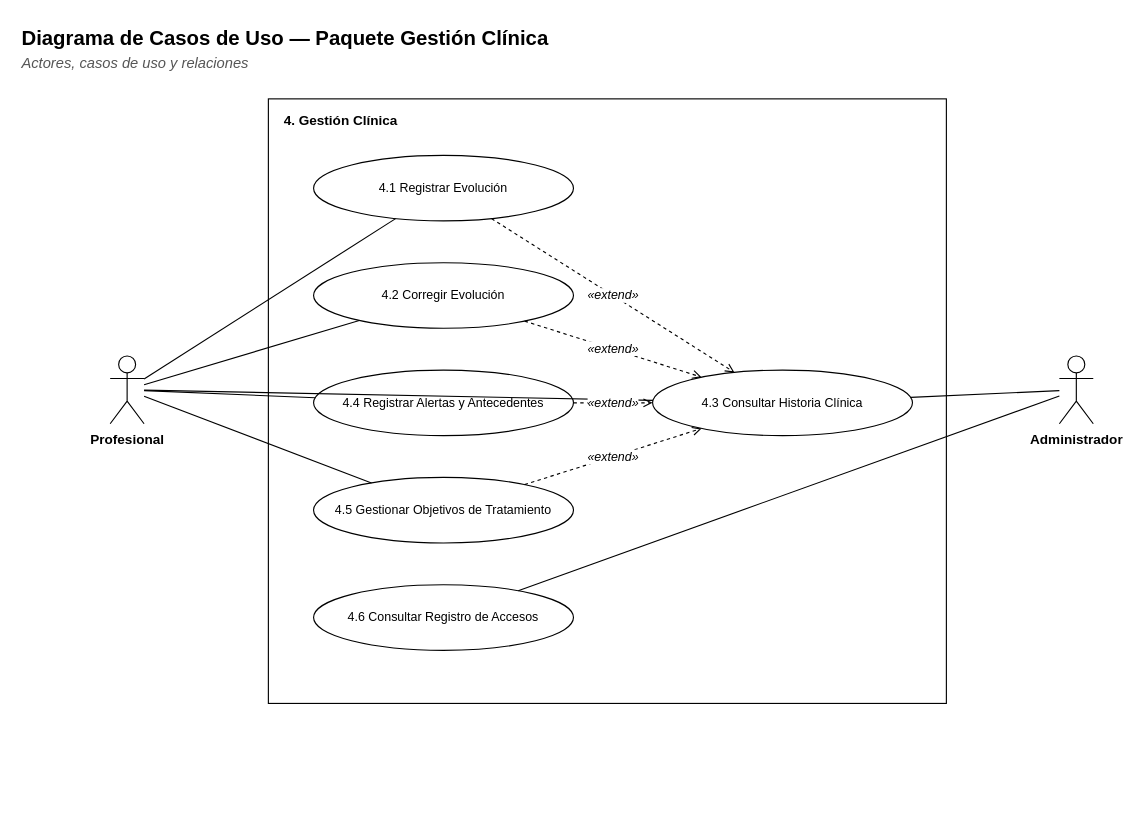
Before: docs/diagramas/paquete-clinica-casos.drawio in Matiglorioso/kineturnos, a draw.io diagram. Source tidied: cells renumbered, new cells numbered last; positions are measured from the earlier drawing's top-left corner, leaving out a move shared by most shapes. Both pictures are drawn from the tidied source at 113%, with x=0, y=0 at pixel (19, 19).
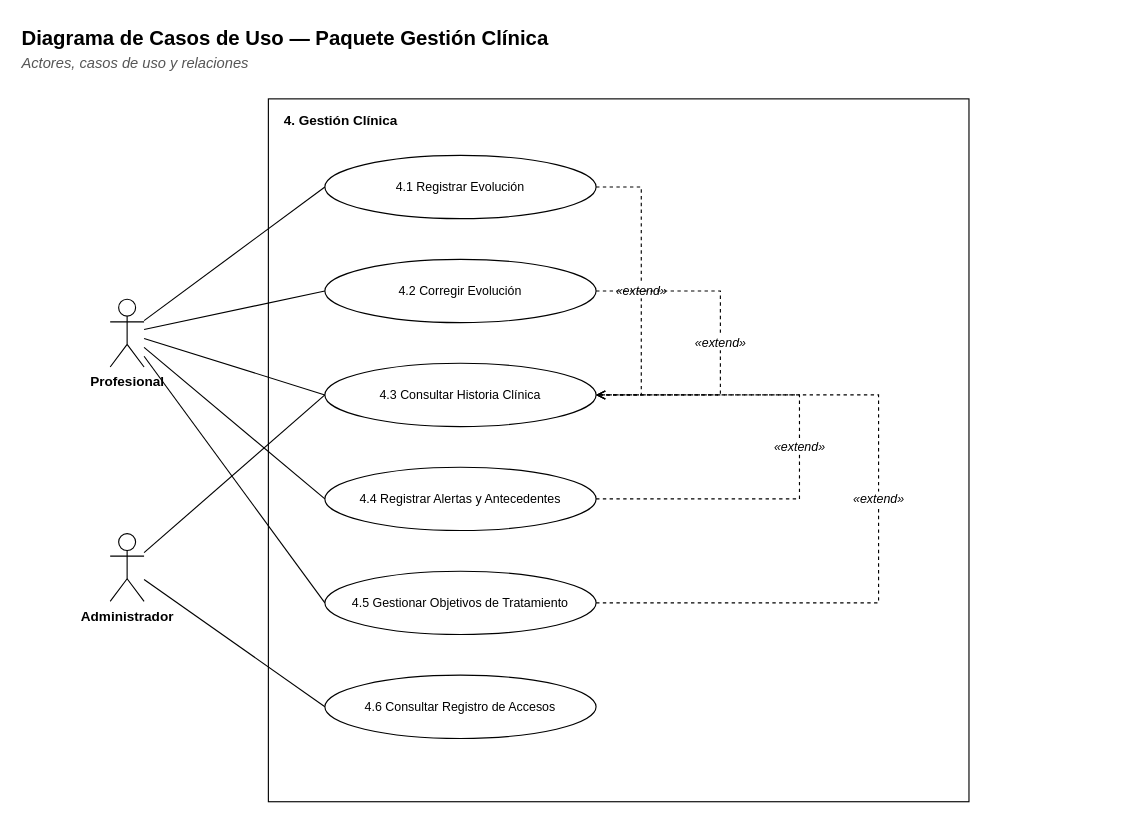
Above is the later version.

Diff of the diagram source:
```diff
@@
     <mxCell id="4" style="rounded=0;whiteSpace=wrap;html=1;fillColor=#FFFFFF;strokeColor=#000000;fontFamily=Helvetica;fontSize=12;verticalAlign=top;" parent="1" vertex="1">
-      <mxGeometry x="220" y="70" width="600" height="535" as="geometry" />
+      <mxGeometry x="220" y="70" width="620" height="622" as="geometry" />
     </mxCell>
     <mxCell id="5" value="&lt;b&gt;4. Gestión Clínica&lt;/b&gt;" style="text;html=1;strokeColor=none;fillColor=none;align=left;verticalAlign=top;whiteSpace=wrap;fontFamily=Helvetica;fontSize=12;" parent="1" vertex="1">
-      <mxGeometry x="232" y="76" width="580" height="20" as="geometry" />
+      <mxGeometry x="232" y="76" width="600" height="20" as="geometry" />
     </mxCell>
     <mxCell id="6" value="4.1 Registrar Evolución" style="ellipse;whiteSpace=wrap;html=1;fillColor=#FFFFFF;strokeColor=#000000;fontFamily=Helvetica;fontSize=11;" parent="1" vertex="1">
-      <mxGeometry x="260" y="120" width="230" height="58" as="geometry" />
+      <mxGeometry x="270" y="120" width="240" height="56" as="geometry" />
     </mxCell>
     <mxCell id="7" value="4.2 Corregir Evolución" style="ellipse;whiteSpace=wrap;html=1;fillColor=#FFFFFF;strokeColor=#000000;fontFamily=Helvetica;fontSize=11;" parent="1" vertex="1">
-      <mxGeometry x="260" y="215" width="230" height="58" as="geometry" />
+      <mxGeometry x="270" y="212" width="240" height="56" as="geometry" />
     </mxCell>
-    <mxCell id="8" value="4.4 Registrar Alertas y Antecedentes" style="ellipse;whiteSpace=wrap;html=1;fillColor=#FFFFFF;strokeColor=#000000;fontFamily=Helvetica;fontSize=11;" parent="1" vertex="1">
-      <mxGeometry x="260" y="310" width="230" height="58" as="geometry" />
+    <mxCell id="8" value="4.3 Consultar Historia Clínica" style="ellipse;whiteSpace=wrap;html=1;fillColor=#FFFFFF;strokeColor=#000000;fontFamily=Helvetica;fontSize=11;" parent="1" vertex="1">
+      <mxGeometry x="270" y="304" width="240" height="56" as="geometry" />
     </mxCell>
-    <mxCell id="9" value="4.5 Gestionar Objetivos de Tratamiento" style="ellipse;whiteSpace=wrap;html=1;fillColor=#FFFFFF;strokeColor=#000000;fontFamily=Helvetica;fontSize=11;" parent="1" vertex="1">
-      <mxGeometry x="260" y="405" width="230" height="58" as="geometry" />
+    <mxCell id="9" value="4.4 Registrar Alertas y Antecedentes" style="ellipse;whiteSpace=wrap;html=1;fillColor=#FFFFFF;strokeColor=#000000;fontFamily=Helvetica;fontSize=11;" parent="1" vertex="1">
+      <mxGeometry x="270" y="396" width="240" height="56" as="geometry" />
     </mxCell>
-    <mxCell id="10" value="4.6 Consultar Registro de Accesos" style="ellipse;whiteSpace=wrap;html=1;fillColor=#FFFFFF;strokeColor=#000000;fontFamily=Helvetica;fontSize=11;" parent="1" vertex="1">
-      <mxGeometry x="260" y="500" width="230" height="58" as="geometry" />
+    <mxCell id="10" value="4.5 Gestionar Objetivos de Tratamiento" style="ellipse;whiteSpace=wrap;html=1;fillColor=#FFFFFF;strokeColor=#000000;fontFamily=Helvetica;fontSize=11;" parent="1" vertex="1">
+      <mxGeometry x="270" y="488" width="240" height="56" as="geometry" />
     </mxCell>
-    <mxCell id="11" value="4.3 Consultar Historia Clínica" style="ellipse;whiteSpace=wrap;html=1;fillColor=#FFFFFF;strokeColor=#000000;fontFamily=Helvetica;fontSize=11;" parent="1" vertex="1">
-      <mxGeometry x="560" y="310" width="230" height="58" as="geometry" />
+    <mxCell id="11" value="4.6 Consultar Registro de Accesos" style="ellipse;whiteSpace=wrap;html=1;fillColor=#FFFFFF;strokeColor=#000000;fontFamily=Helvetica;fontSize=11;" parent="1" vertex="1">
+      <mxGeometry x="270" y="580" width="240" height="56" as="geometry" />
     </mxCell>
     <mxCell id="12" value="Profesional" style="shape=umlActor;verticalLabelPosition=bottom;verticalAlign=top;html=1;outlineConnect=0;fillColor=#FFFFFF;strokeColor=#000000;fontFamily=Helvetica;fontSize=12;fontStyle=1;" parent="1" vertex="1">
-      <mxGeometry x="80" y="297.5" width="30" height="60" as="geometry" />
+      <mxGeometry x="80" y="247.3" width="30" height="60" as="geometry" />
     </mxCell>
     <mxCell id="13" value="Administrador" style="shape=umlActor;verticalLabelPosition=bottom;verticalAlign=top;html=1;outlineConnect=0;fillColor=#FFFFFF;strokeColor=#000000;fontFamily=Helvetica;fontSize=12;fontStyle=1;" parent="1" vertex="1">
-      <mxGeometry x="920" y="297.5" width="30" height="60" as="geometry" />
+      <mxGeometry x="80" y="454.7" width="30" height="60" as="geometry" />
     </mxCell>
-    <mxCell id="14" style="edgeStyle=none;html=1;endArrow=none;endFill=0;strokeColor=#000000;fontFamily=Helvetica;fontSize=11;labelBackgroundColor=#FFFFFF;" parent="1" edge="1" source="12" target="6">
+    <mxCell id="14" style="edgeStyle=none;html=1;endArrow=none;endFill=0;strokeColor=#000000;fontFamily=Helvetica;fontSize=11;labelBackgroundColor=#FFFFFF;entryX=0;entryY=0.5;entryDx=0;entryDy=0;" parent="1" edge="1" source="12" target="6">
       <mxGeometry relative="1" as="geometry" />
     </mxCell>
-    <mxCell id="15" style="edgeStyle=none;html=1;endArrow=none;endFill=0;strokeColor=#000000;fontFamily=Helvetica;fontSize=11;labelBackgroundColor=#FFFFFF;" parent="1" edge="1" source="12" target="7">
+    <mxCell id="15" style="edgeStyle=none;html=1;endArrow=none;endFill=0;strokeColor=#000000;fontFamily=Helvetica;fontSize=11;labelBackgroundColor=#FFFFFF;entryX=0;entryY=0.5;entryDx=0;entryDy=0;" parent="1" edge="1" source="12" target="7">
       <mxGeometry relative="1" as="geometry" />
     </mxCell>
-    <mxCell id="16" style="edgeStyle=none;html=1;endArrow=none;endFill=0;strokeColor=#000000;fontFamily=Helvetica;fontSize=11;labelBackgroundColor=#FFFFFF;" parent="1" edge="1" source="12" target="11">
+    <mxCell id="16" style="edgeStyle=none;html=1;endArrow=none;endFill=0;strokeColor=#000000;fontFamily=Helvetica;fontSize=11;labelBackgroundColor=#FFFFFF;entryX=0;entryY=0.5;entryDx=0;entryDy=0;" parent="1" edge="1" source="12" target="8">
       <mxGeometry relative="1" as="geometry" />
     </mxCell>
-    <mxCell id="17" style="edgeStyle=none;html=1;endArrow=none;endFill=0;strokeColor=#000000;fontFamily=Helvetica;fontSize=11;labelBackgroundColor=#FFFFFF;" parent="1" edge="1" source="13" target="11">
+    <mxCell id="17" style="edgeStyle=none;html=1;endArrow=none;endFill=0;strokeColor=#000000;fontFamily=Helvetica;fontSize=11;labelBackgroundColor=#FFFFFF;entryX=0;entryY=0.5;entryDx=0;entryDy=0;" parent="1" edge="1" source="13" target="8">
       <mxGeometry relative="1" as="geometry" />
     </mxCell>
-    <mxCell id="18" style="edgeStyle=none;html=1;endArrow=none;endFill=0;strokeColor=#000000;fontFamily=Helvetica;fontSize=11;labelBackgroundColor=#FFFFFF;" parent="1" edge="1" source="12" target="8">
+    <mxCell id="18" style="edgeStyle=none;html=1;endArrow=none;endFill=0;strokeColor=#000000;fontFamily=Helvetica;fontSize=11;labelBackgroundColor=#FFFFFF;entryX=0;entryY=0.5;entryDx=0;entryDy=0;" parent="1" edge="1" source="12" target="9">
       <mxGeometry relative="1" as="geometry" />
     </mxCell>
-    <mxCell id="19" style="edgeStyle=none;html=1;endArrow=none;endFill=0;strokeColor=#000000;fontFamily=Helvetica;fontSize=11;labelBackgroundColor=#FFFFFF;" parent="1" edge="1" source="12" target="9">
+    <mxCell id="19" style="edgeStyle=none;html=1;endArrow=none;endFill=0;strokeColor=#000000;fontFamily=Helvetica;fontSize=11;labelBackgroundColor=#FFFFFF;entryX=0;entryY=0.5;entryDx=0;entryDy=0;" parent="1" edge="1" source="12" target="10">
       <mxGeometry relative="1" as="geometry" />
     </mxCell>
-    <mxCell id="20" style="edgeStyle=none;html=1;endArrow=none;endFill=0;strokeColor=#000000;fontFamily=Helvetica;fontSize=11;labelBackgroundColor=#FFFFFF;" parent="1" edge="1" source="13" target="10">
+    <mxCell id="20" style="edgeStyle=none;html=1;endArrow=none;endFill=0;strokeColor=#000000;fontFamily=Helvetica;fontSize=11;labelBackgroundColor=#FFFFFF;entryX=0;entryY=0.5;entryDx=0;entryDy=0;" parent="1" edge="1" source="13" target="11">
       <mxGeometry relative="1" as="geometry" />
     </mxCell>
-    <mxCell id="21" value="«extend»" style="edgeStyle=none;html=1;endArrow=open;endFill=0;strokeColor=#000000;fontFamily=Helvetica;fontSize=11;labelBackgroundColor=#FFFFFF;dashed=1;fontStyle=2;" parent="1" edge="1" source="6" target="11">
-      <mxGeometry relative="1" as="geometry" />
+    <mxCell id="21" value="«extend»" style="edgeStyle=orthogonalEdgeStyle;rounded=0;html=1;endArrow=open;startArrow=none;endFill=0;startFill=0;strokeColor=#000000;fontFamily=Helvetica;fontSize=11;fontStyle=2;labelBackgroundColor=#FFFFFF;dashed=1;exitX=1;exitY=0.5;exitDx=0;exitDy=0;entryX=1;entryY=0.5;entryDx=0;entryDy=0;" parent="1" edge="1" source="6" target="8">
+      <mxGeometry relative="1" as="geometry">
+        <Array as="points">
+          <mxPoint x="550" y="148" />
+          <mxPoint x="550" y="332" />
+        </Array>
+      </mxGeometry>
     </mxCell>
-    <mxCell id="22" value="«extend»" style="edgeStyle=none;html=1;endArrow=open;endFill=0;strokeColor=#000000;fontFamily=Helvetica;fontSize=11;labelBackgroundColor=#FFFFFF;dashed=1;fontStyle=2;" parent="1" edge="1" source="7" target="11">
-      <mxGeometry relative="1" as="geometry" />
+    <mxCell id="22" value="«extend»" style="edgeStyle=orthogonalEdgeStyle;rounded=0;html=1;endArrow=open;startArrow=none;endFill=0;startFill=0;strokeColor=#000000;fontFamily=Helvetica;fontSize=11;fontStyle=2;labelBackgroundColor=#FFFFFF;dashed=1;exitX=1;exitY=0.5;exitDx=0;exitDy=0;entryX=1;entryY=0.5;entryDx=0;entryDy=0;" parent="1" edge="1" source="7" target="8">
+      <mxGeometry relative="1" as="geometry">
+        <Array as="points">
+          <mxPoint x="620" y="240" />
+          <mxPoint x="620" y="332" />
+        </Array>
+      </mxGeometry>
     </mxCell>
-    <mxCell id="23" value="«extend»" style="edgeStyle=none;html=1;endArrow=open;endFill=0;strokeColor=#000000;fontFamily=Helvetica;fontSize=11;labelBackgroundColor=#FFFFFF;dashed=1;fontStyle=2;" parent="1" edge="1" source="8" target="11">
-      <mxGeometry relative="1" as="geometry" />
+    <mxCell id="23" value="«extend»" style="edgeStyle=orthogonalEdgeStyle;rounded=0;html=1;endArrow=open;startArrow=none;endFill=0;startFill=0;strokeColor=#000000;fontFamily=Helvetica;fontSize=11;fontStyle=2;labelBackgroundColor=#FFFFFF;dashed=1;exitX=1;exitY=0.5;exitDx=0;exitDy=0;entryX=1;entryY=0.5;entryDx=0;entryDy=0;" parent="1" edge="1" source="9" target="8">
+      <mxGeometry relative="1" as="geometry">
+        <Array as="points">
+          <mxPoint x="690" y="424" />
+          <mxPoint x="690" y="332" />
+        </Array>
+      </mxGeometry>
     </mxCell>
-    <mxCell id="24" value="«extend»" style="edgeStyle=none;html=1;endArrow=open;endFill=0;strokeColor=#000000;fontFamily=Helvetica;fontSize=11;labelBackgroundColor=#FFFFFF;dashed=1;fontStyle=2;" parent="1" edge="1" source="9" target="11">
-      <mxGeometry relative="1" as="geometry" />
+    <mxCell id="24" value="«extend»" style="edgeStyle=orthogonalEdgeStyle;rounded=0;html=1;endArrow=open;startArrow=none;endFill=0;startFill=0;strokeColor=#000000;fontFamily=Helvetica;fontSize=11;fontStyle=2;labelBackgroundColor=#FFFFFF;dashed=1;exitX=1;exitY=0.5;exitDx=0;exitDy=0;entryX=1;entryY=0.5;entryDx=0;entryDy=0;" parent="1" edge="1" source="10" target="8">
+      <mxGeometry relative="1" as="geometry">
+        <Array as="points">
+          <mxPoint x="760" y="516" />
+          <mxPoint x="760" y="332" />
+        </Array>
+      </mxGeometry>
     </mxCell>
```
